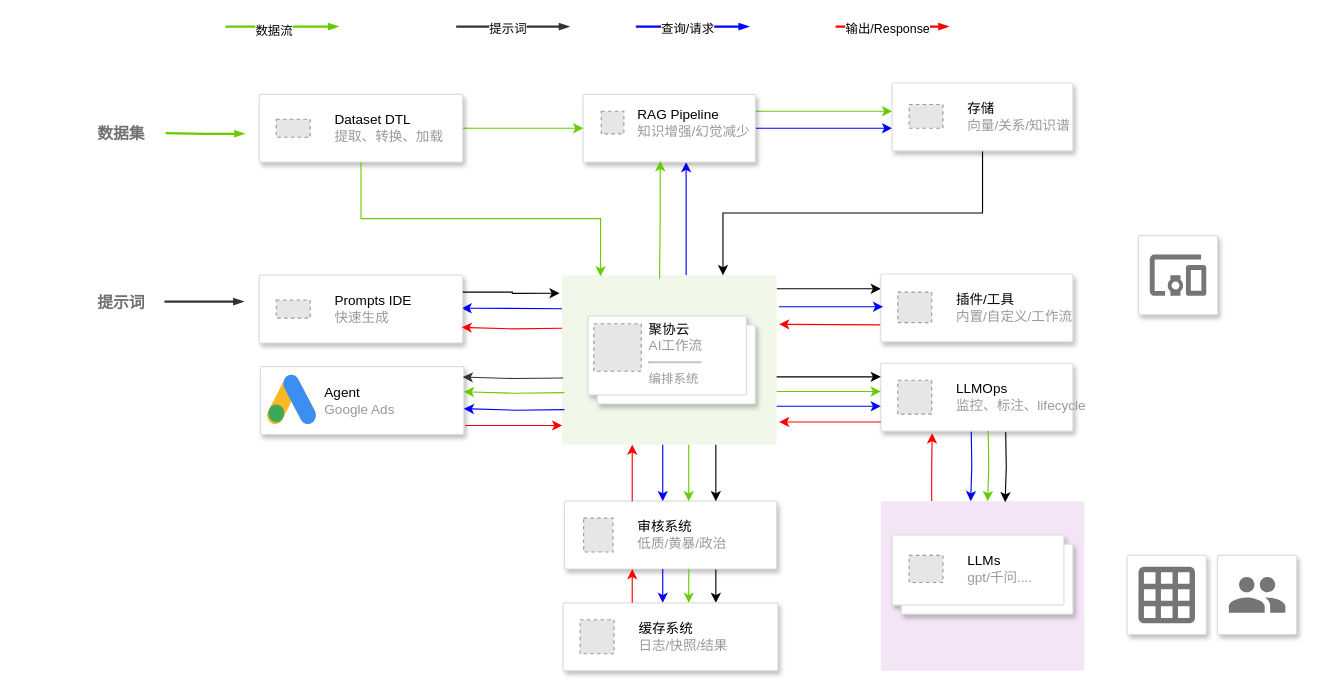
The draw.io diagram 未命名绘图.drawio in hijimo/flow-pics, before the edit. Source tidied: cells renumbered, new cells numbered last; positions are measured from the earlier drawing's top-left corner, leaving out a move shared by most shapes. Both pictures are drawn from the tidied source at 113%, with x=0, y=0 at pixel (95, 26). Pictures stored in the file or linked from it are replaced by grey dashed boxes.
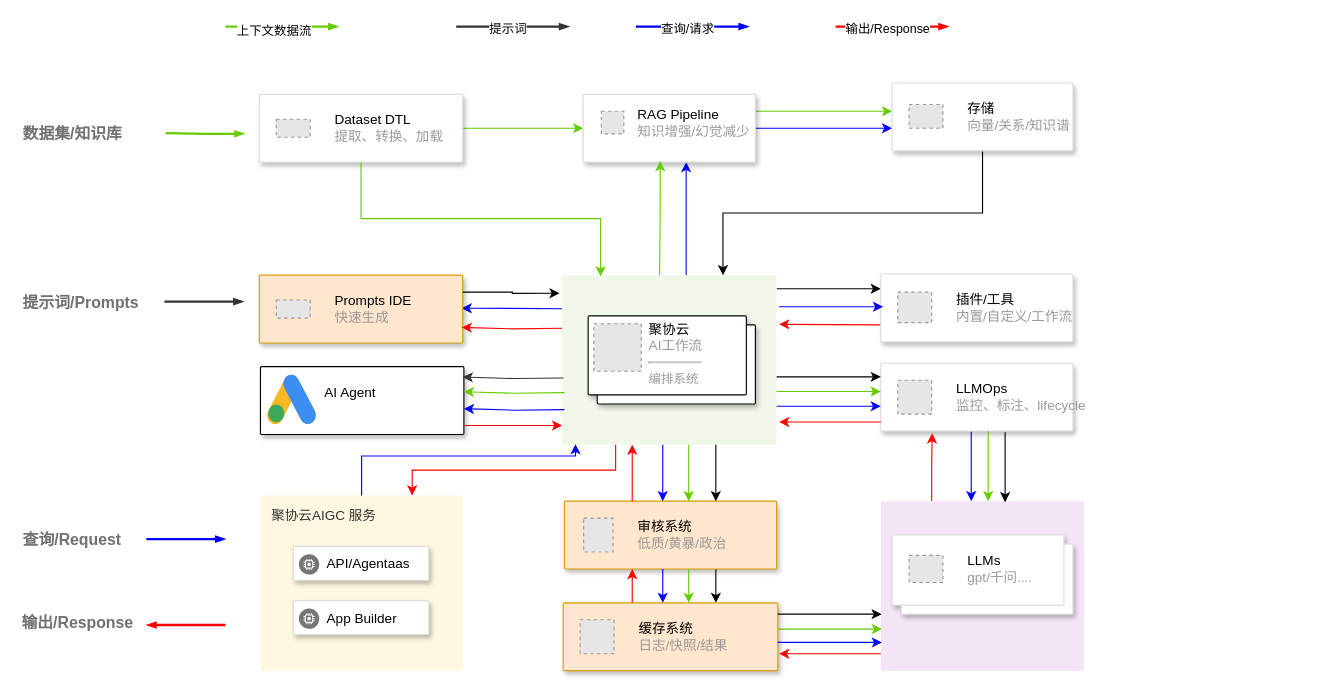
Above is the later version.

Commit message (it also covers changes not shown here):
更新未命名绘图.drawio

The change refers to these unchanged cells:
```xml
<mxCell id="5" style="rounded=1;absoluteArcSize=1;arcSize=2;html=1;strokeColor=none;gradientColor=none;shadow=0;dashed=0;fontSize=12;fontColor=#333333;align=center;verticalAlign=top;spacing=10;spacingTop=-4;fillColor=#F1F8E9;" parent="1" vertex="1">
  <mxGeometry x="412.8" y="220" width="190" height="150" as="geometry" />
</mxCell>
<mxCell id="12" style="edgeStyle=orthogonalEdgeStyle;fontSize=12;html=1;endArrow=blockThin;endFill=1;rounded=0;strokeWidth=2;endSize=4;startSize=4;dashed=0;strokeColor=#66CC00;" parent="1" edge="1">
  <mxGeometry relative="1" as="geometry">
    <mxPoint x="115" as="sourcePoint" />
    <mxPoint x="215" as="targetPoint" />
  </mxGeometry>
</mxCell>
```

The edit, as a diff of the source:
```diff
@@
-    <mxCell id="6" style="strokeColor=#dddddd;fillColor=#ffffff;shadow=1;strokeWidth=1;rounded=1;absoluteArcSize=1;arcSize=2;labelPosition=center;verticalLabelPosition=middle;align=center;verticalAlign=bottom;spacingLeft=0;fontColor=#999999;fontSize=12;whiteSpace=wrap;spacingBottom=2;html=1;" parent="1" vertex="1">
-      <mxGeometry x="923" y="185" width="70" height="70" as="geometry" />
-    </mxCell>
-    <mxCell id="7" style="dashed=0;html=1;fillColor=#757575;strokeColor=none;shape=mxgraph.gcp2.mobile_devices;" parent="6" vertex="1">
-      <mxGeometry x="0.5" width="50" height="36.5" relative="1" as="geometry">
-        <mxPoint x="-25" y="16.8" as="offset" />
-      </mxGeometry>
-    </mxCell>
-    <mxCell id="8" style="strokeColor=#dddddd;fillColor=#ffffff;shadow=1;strokeWidth=1;rounded=1;absoluteArcSize=1;arcSize=2;labelPosition=center;verticalLabelPosition=middle;align=center;verticalAlign=bottom;spacingLeft=0;fontColor=#999999;fontSize=12;whiteSpace=wrap;spacingBottom=2;html=1;" parent="1" vertex="1">
-      <mxGeometry x="913" y="468" width="70" height="70" as="geometry" />
-    </mxCell>
-    <mxCell id="9" style="dashed=0;html=1;fillColor=#757575;strokeColor=none;shape=mxgraph.gcp2.report;" parent="8" vertex="1">
-      <mxGeometry x="0.5" width="50" height="50" relative="1" as="geometry">
-        <mxPoint x="-25" y="10" as="offset" />
-      </mxGeometry>
-    </mxCell>
-    <mxCell id="10" style="strokeColor=#dddddd;fillColor=#ffffff;shadow=1;strokeWidth=1;rounded=1;absoluteArcSize=1;arcSize=2;labelPosition=center;verticalLabelPosition=middle;align=center;verticalAlign=bottom;spacingLeft=0;fontColor=#999999;fontSize=12;whiteSpace=wrap;spacingBottom=2;html=1;" parent="1" vertex="1">
-      <mxGeometry x="993" y="468" width="70" height="70" as="geometry" />
-    </mxCell>
-    <mxCell id="11" style="dashed=0;html=1;fillColor=#757575;strokeColor=none;shape=mxgraph.gcp2.users;" parent="10" vertex="1">
-      <mxGeometry x="0.5" width="50" height="31.5" relative="1" as="geometry">
-        <mxPoint x="-25" y="19.2" as="offset" />
-      </mxGeometry>
-    </mxCell>
@@
-    <mxCell id="13" value="数据流" style="edgeLabel;html=1;align=center;verticalAlign=middle;" parent="12" vertex="1">
+    <mxCell id="13" value="上下文数据流" style="edgeLabel;html=1;align=center;verticalAlign=middle;" parent="12" vertex="1">
       <mxGeometry x="-0.17" y="-3" relative="1" as="geometry" />
     </mxCell>
@@
-    <mxCell id="20" value="&lt;font color=&quot;#717171&quot;&gt;&lt;span style=&quot;font-size: 14px; text-wrap: nowrap;&quot;&gt;&lt;b&gt;数据集&lt;/b&gt;&lt;/span&gt;&lt;/font&gt;" style="text;whiteSpace=wrap;html=1;" parent="1" vertex="1">
-      <mxGeometry x="0.2" y="80" width="44.8" height="40" as="geometry" />
+    <mxCell id="20" value="&lt;font color=&quot;#717171&quot;&gt;&lt;span style=&quot;font-size: 14px; text-wrap: nowrap;&quot;&gt;&lt;b&gt;数据集/知识库&lt;/b&gt;&lt;/span&gt;&lt;/font&gt;" style="text;whiteSpace=wrap;html=1;" parent="1" vertex="1">
+      <mxGeometry x="-66" y="80" width="44.8" height="40" as="geometry" />
     </mxCell>
@@
     <mxCell id="26" style="edgeStyle=orthogonalEdgeStyle;rounded=0;orthogonalLoop=1;jettySize=auto;html=1;exitX=0.25;exitY=0;exitDx=0;exitDy=0;entryX=0.192;entryY=0.933;entryDx=0;entryDy=0;entryPerimeter=0;strokeColor=#66CC00;" parent="1" edge="1">
       <mxGeometry relative="1" as="geometry">
-        <mxPoint x="499.2" y="223" as="sourcePoint" />
+        <mxPoint x="499.2" y="220" as="sourcePoint" />
         <mxPoint x="499.8" y="119" as="targetPoint" />
       </mxGeometry>
     </mxCell>
@@
-    <mxCell id="34" style="strokeColor=#dddddd;shadow=1;strokeWidth=1;rounded=1;absoluteArcSize=1;arcSize=2;" parent="1" vertex="1">
+    <mxCell id="34" style="strokeColor=#d79b00;shadow=1;strokeWidth=1;rounded=1;absoluteArcSize=1;arcSize=2;fillColor=#ffe6cc;" parent="1" vertex="1">
       <mxGeometry x="145" y="220" width="180" height="60" as="geometry" />
     </mxCell>
@@
-    <mxCell id="36" value="&lt;font color=&quot;#717171&quot;&gt;&lt;span style=&quot;font-size: 14px; text-wrap: nowrap;&quot;&gt;&lt;b&gt;提示词&lt;/b&gt;&lt;/span&gt;&lt;/font&gt;" style="text;whiteSpace=wrap;html=1;" parent="1" vertex="1">
-      <mxGeometry x="0.2" y="230" width="44.8" height="40" as="geometry" />
+    <mxCell id="36" value="&lt;font color=&quot;#717171&quot;&gt;&lt;span style=&quot;font-size: 14px; text-wrap: nowrap;&quot;&gt;&lt;b&gt;提示词/Prompts&lt;/b&gt;&lt;/span&gt;&lt;/font&gt;" style="text;whiteSpace=wrap;html=1;" parent="1" vertex="1">
+      <mxGeometry x="-66" y="230" width="44.8" height="40" as="geometry" />
     </mxCell>
@@
-    <mxCell id="39" style="strokeColor=#dddddd;shadow=1;strokeWidth=1;rounded=1;absoluteArcSize=1;arcSize=2;" parent="1" vertex="1">
+    <mxCell id="39" style="shadow=1;strokeWidth=1;rounded=1;absoluteArcSize=1;arcSize=2;" parent="1" vertex="1">
       <mxGeometry x="146" y="301" width="180" height="60" as="geometry" />
     </mxCell>
-    <mxCell id="40" value="&lt;font color=&quot;#000000&quot;&gt;Agent&lt;/font&gt;&lt;br&gt;Google Ads" style="sketch=0;dashed=0;html=1;fillColor=#5184F3;strokeColor=none;shape=mxgraph.gcp2.google_ads;labelPosition=right;verticalLabelPosition=middle;align=left;verticalAlign=middle;spacingLeft=5;fontColor=#999999;fontSize=12;" parent="39" vertex="1">
+    <mxCell id="40" value="&lt;font color=&quot;#000000&quot;&gt;AI Agent&lt;/font&gt;&lt;div&gt;&lt;br&gt;&lt;/div&gt;" style="sketch=0;dashed=0;html=1;fillColor=#5184F3;strokeColor=none;shape=mxgraph.gcp2.google_ads;labelPosition=right;verticalLabelPosition=middle;align=left;verticalAlign=middle;spacingLeft=5;fontColor=#999999;fontSize=12;" parent="39" vertex="1">
       <mxGeometry width="45" height="45" relative="1" as="geometry">
         <mxPoint x="5" y="7" as="offset" />
       </mxGeometry>
     </mxCell>
@@
-    <mxCell id="50" style="shape=mxgraph.gcp2.doubleRect;strokeColor=#dddddd;shadow=1;strokeWidth=1;" parent="1" vertex="1">
+    <mxCell id="50" style="shape=mxgraph.gcp2.doubleRect;shadow=1;strokeWidth=1;" parent="1" vertex="1">
       <mxGeometry x="436" y="256" width="148" height="78" as="geometry" />
     </mxCell>
@@
     <mxCell id="52" style="edgeStyle=orthogonalEdgeStyle;rounded=0;orthogonalLoop=1;jettySize=auto;html=1;exitX=0.5;exitY=1;exitDx=0;exitDy=0;strokeColor=#0000FF;" parent="1" edge="1">
       <mxGeometry relative="1" as="geometry">
         <mxPoint x="775" y="358" as="sourcePoint" />
-        <mxPoint x="774.5" y="420" as="targetPoint" />
+        <mxPoint x="775" y="420" as="targetPoint" />
       </mxGeometry>
     </mxCell>
@@
     <mxCell id="63" style="edgeStyle=orthogonalEdgeStyle;rounded=0;orthogonalLoop=1;jettySize=auto;html=1;exitX=0.5;exitY=1;exitDx=0;exitDy=0;strokeColor=#66CC00;" parent="1" edge="1">
       <mxGeometry relative="1" as="geometry">
         <mxPoint x="790" y="358" as="sourcePoint" />
-        <mxPoint x="789.5" y="420" as="targetPoint" />
+        <mxPoint x="790" y="420" as="targetPoint" />
       </mxGeometry>
     </mxCell>
     <mxCell id="64" style="edgeStyle=orthogonalEdgeStyle;rounded=0;orthogonalLoop=1;jettySize=auto;html=1;exitX=0.5;exitY=1;exitDx=0;exitDy=0;" parent="1" edge="1">
       <mxGeometry relative="1" as="geometry">
-        <mxPoint x="805.5" y="359" as="sourcePoint" />
+        <mxPoint x="805" y="359" as="sourcePoint" />
         <mxPoint x="805" y="421" as="targetPoint" />
       </mxGeometry>
     </mxCell>
@@
-    <mxCell id="66" style="strokeColor=#dddddd;shadow=1;strokeWidth=1;rounded=1;absoluteArcSize=1;arcSize=2;" parent="1" vertex="1">
+    <mxCell id="66" style="strokeColor=#d79b00;shadow=1;strokeWidth=1;rounded=1;absoluteArcSize=1;arcSize=2;fillColor=#ffe6cc;" parent="1" vertex="1">
       <mxGeometry x="415" y="420" width="187.8" height="60" as="geometry" />
     </mxCell>
@@
-    <mxCell id="72" style="strokeColor=#dddddd;shadow=1;strokeWidth=1;rounded=1;absoluteArcSize=1;arcSize=2;" parent="1" vertex="1">
+    <mxCell id="72" style="strokeColor=#d79b00;shadow=1;strokeWidth=1;rounded=1;absoluteArcSize=1;arcSize=2;fillColor=#ffe6cc;" parent="1" vertex="1">
       <mxGeometry x="413.9" y="510" width="190" height="60" as="geometry" />
     </mxCell>
@@
+    <mxCell id="77" style="edgeStyle=orthogonalEdgeStyle;rounded=0;orthogonalLoop=1;jettySize=auto;html=1;" parent="1" edge="1">
+      <mxGeometry relative="1" as="geometry">
+        <mxPoint x="603.8" y="520" as="sourcePoint" />
+        <mxPoint x="695.8" y="520" as="targetPoint" />
+        <Array as="points">
+          <mxPoint x="635.8" y="520" />
+          <mxPoint x="635.8" y="520" />
+        </Array>
+      </mxGeometry>
+    </mxCell>
+    <mxCell id="78" style="edgeStyle=orthogonalEdgeStyle;rounded=0;orthogonalLoop=1;jettySize=auto;html=1;strokeColor=#66CC00;" parent="1" edge="1">
+      <mxGeometry relative="1" as="geometry">
+        <mxPoint x="603.8" y="533.2" as="sourcePoint" />
+        <mxPoint x="696" y="533.2" as="targetPoint" />
+        <Array as="points">
+          <mxPoint x="636" y="533.2" />
+          <mxPoint x="636" y="533.2" />
+        </Array>
+      </mxGeometry>
+    </mxCell>
+    <mxCell id="79" style="edgeStyle=orthogonalEdgeStyle;rounded=0;orthogonalLoop=1;jettySize=auto;html=1;strokeColor=#0000FF;" parent="1" edge="1">
+      <mxGeometry relative="1" as="geometry">
+        <mxPoint x="603.8" y="545" as="sourcePoint" />
+        <mxPoint x="696" y="545" as="targetPoint" />
+        <Array as="points">
+          <mxPoint x="626" y="545" />
+          <mxPoint x="626" y="545" />
+        </Array>
+      </mxGeometry>
+    </mxCell>
+    <mxCell id="80" style="edgeStyle=orthogonalEdgeStyle;rounded=0;orthogonalLoop=1;jettySize=auto;html=1;exitX=0;exitY=0.75;exitDx=0;exitDy=0;strokeColor=#FF0000;" parent="1" edge="1">
+      <mxGeometry relative="1" as="geometry">
+        <mxPoint x="695" y="555" as="sourcePoint" />
+        <mxPoint x="605" y="555" as="targetPoint" />
+      </mxGeometry>
+    </mxCell>
+    <mxCell id="81" value="&lt;font color=&quot;#333333&quot;&gt;聚协云AIGC 服务&lt;/font&gt;" style="sketch=0;points=[[0,0,0],[0.25,0,0],[0.5,0,0],[0.75,0,0],[1,0,0],[1,0.25,0],[1,0.5,0],[1,0.75,0],[1,1,0],[0.75,1,0],[0.5,1,0],[0.25,1,0],[0,1,0],[0,0.75,0],[0,0.5,0],[0,0.25,0]];rounded=1;absoluteArcSize=1;arcSize=2;html=1;strokeColor=none;gradientColor=none;shadow=0;dashed=0;fontSize=12;fontColor=#9E9E9E;align=left;verticalAlign=top;spacing=10;spacingTop=-4;whiteSpace=wrap;fillColor=#FFF8E1;" parent="1" vertex="1">
+      <mxGeometry x="146" y="415" width="179" height="155" as="geometry" />
+    </mxCell>
+    <mxCell id="82" style="strokeColor=#dddddd;shadow=1;strokeWidth=1;rounded=1;absoluteArcSize=1;arcSize=2;" parent="1" vertex="1">
+      <mxGeometry x="175" y="460" width="120" height="30" as="geometry" />
+    </mxCell>
+    <mxCell id="83" value="API/Agentaas" style="sketch=0;dashed=0;html=1;fillColor=#757575;strokeColor=none;shape=mxgraph.gcp2.dedicated_game_server;labelPosition=right;verticalLabelPosition=middle;align=left;verticalAlign=middle;spacingLeft=5;fontSize=12;" parent="82" vertex="1">
+      <mxGeometry y="0.5" width="18" height="18" relative="1" as="geometry">
+        <mxPoint x="5" y="-8" as="offset" />
+      </mxGeometry>
+    </mxCell>
+    <mxCell id="84" style="strokeColor=#dddddd;shadow=1;strokeWidth=1;rounded=1;absoluteArcSize=1;arcSize=2;" parent="1" vertex="1">
+      <mxGeometry x="175" y="508" width="120" height="30" as="geometry" />
+    </mxCell>
+    <mxCell id="85" value="App Builder" style="sketch=0;dashed=0;html=1;fillColor=#757575;strokeColor=none;shape=mxgraph.gcp2.dedicated_game_server;labelPosition=right;verticalLabelPosition=middle;align=left;verticalAlign=middle;spacingLeft=5;fontSize=12;" parent="84" vertex="1">
+      <mxGeometry y="0.5" width="18" height="18" relative="1" as="geometry">
+        <mxPoint x="5" y="-8" as="offset" />
+      </mxGeometry>
+    </mxCell>
+    <mxCell id="86" value="&lt;font color=&quot;#717171&quot;&gt;&lt;span style=&quot;font-size: 14px; text-wrap: nowrap;&quot;&gt;&lt;b&gt;查询/Request&lt;/b&gt;&lt;/span&gt;&lt;/font&gt;" style="text;whiteSpace=wrap;html=1;" parent="1" vertex="1">
+      <mxGeometry x="-66.5" y="439" width="44.8" height="40" as="geometry" />
+    </mxCell>
+    <mxCell id="87" value="&lt;font color=&quot;#717171&quot;&gt;&lt;span style=&quot;font-size: 14px; text-wrap: nowrap;&quot;&gt;&lt;b&gt;输出/Response&lt;/b&gt;&lt;/span&gt;&lt;/font&gt;" style="text;whiteSpace=wrap;html=1;" parent="1" vertex="1">
+      <mxGeometry x="-67.5" y="513" width="44.8" height="40" as="geometry" />
+    </mxCell>
+    <mxCell id="88" style="edgeStyle=orthogonalEdgeStyle;fontSize=12;html=1;endArrow=blockThin;endFill=1;rounded=0;strokeWidth=2;endSize=4;startSize=4;dashed=0;strokeColor=#0000FF;" parent="1" edge="1">
+      <mxGeometry relative="1" as="geometry">
+        <mxPoint x="45" y="453.6" as="sourcePoint" />
+        <mxPoint x="115" y="453.6" as="targetPoint" />
+      </mxGeometry>
+    </mxCell>
+    <mxCell id="89" style="edgeStyle=orthogonalEdgeStyle;fontSize=12;html=1;endArrow=blockThin;endFill=1;rounded=0;strokeWidth=2;endSize=4;startSize=4;dashed=0;strokeColor=#FF0000;" parent="1" edge="1">
+      <mxGeometry relative="1" as="geometry">
+        <mxPoint x="115" y="529.6" as="sourcePoint" />
+        <mxPoint x="45" y="529.6" as="targetPoint" />
+      </mxGeometry>
+    </mxCell>
+    <mxCell id="90" style="edgeStyle=orthogonalEdgeStyle;rounded=0;jettySize=auto;html=1;exitX=0.5;exitY=0;exitDx=0;exitDy=0;exitPerimeter=0;entryX=0.063;entryY=0.997;entryDx=0;entryDy=0;entryPerimeter=0;strokeColor=#0000FF;" parent="1" edge="1" source="81" target="5">
+      <mxGeometry relative="1" as="geometry">
+        <Array as="points">
+          <mxPoint x="236" y="380" />
+          <mxPoint x="425" y="380" />
+        </Array>
+      </mxGeometry>
+    </mxCell>
+    <mxCell id="91" style="edgeStyle=orthogonalEdgeStyle;rounded=0;jettySize=auto;html=1;exitX=0.25;exitY=1;exitDx=0;exitDy=0;entryX=0.75;entryY=0;entryDx=0;entryDy=0;entryPerimeter=0;strokeColor=#FF0000;" parent="1" edge="1" source="5" target="81">
+      <mxGeometry relative="1" as="geometry" />
+    </mxCell>
```
